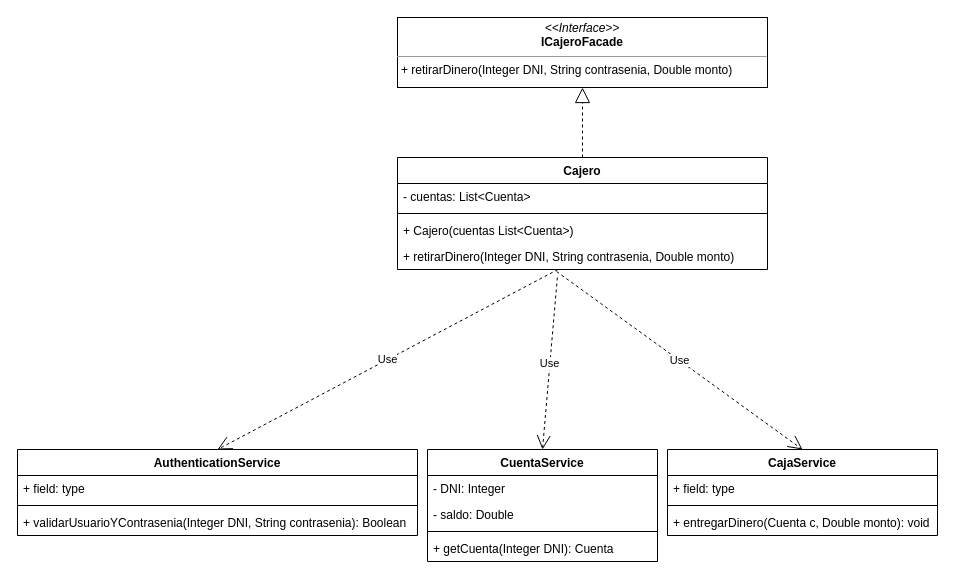
This is Clase_1/ejercicios/asincronico/UML.drawio from dedosmedia/BackEnd_I, a draw.io file, before an edit. Source tidied: cells renumbered, new cells numbered last; positions are measured from the earlier drawing's top-left corner, leaving out a move shared by most shapes. Both pictures are drawn from the tidied source at 100%, with x=0, y=0 at pixel (17, 17).
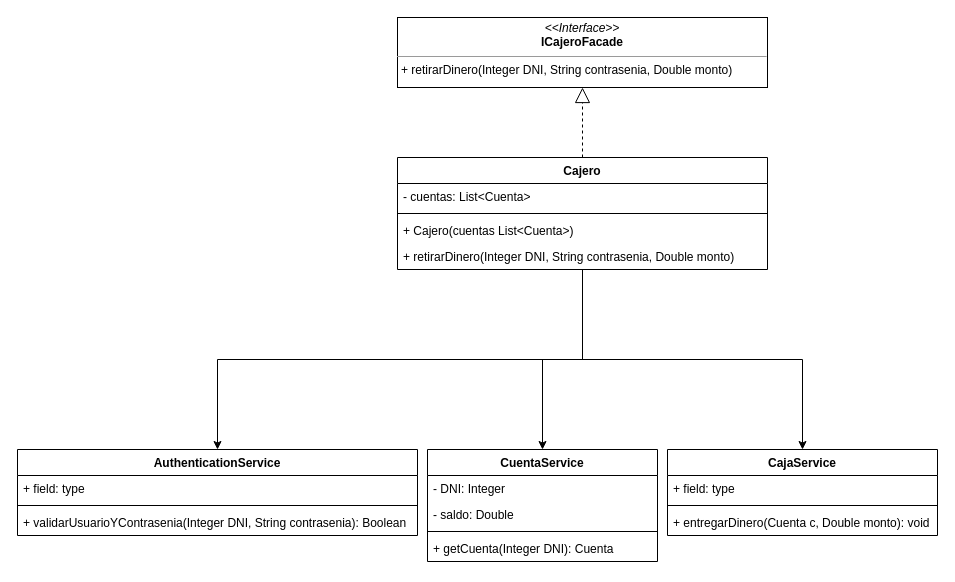
After the change.

Unchanged cells that the change refers to:
```xml
<mxCell id="2" value="AuthenticationService" style="swimlane;fontStyle=1;align=center;verticalAlign=top;horizontal=1;startSize=26;" parent="1" vertex="1">
  <mxGeometry y="432" width="400" height="86" as="geometry" />
</mxCell>
<mxCell id="7" value="CuentaService" style="swimlane;fontStyle=1;align=center;verticalAlign=top;horizontal=1;startSize=26;" parent="1" vertex="1">
  <mxGeometry x="410" y="432" width="230" height="112" as="geometry" />
</mxCell>
<mxCell id="12" value="CajaService" style="swimlane;fontStyle=1;align=center;verticalAlign=top;horizontal=1;startSize=26;" parent="1" vertex="1">
  <mxGeometry x="650" y="432" width="270" height="86" as="geometry" />
</mxCell>
<mxCell id="17" value="Cajero" style="swimlane;fontStyle=1;align=center;verticalAlign=top;horizontal=1;startSize=26;" parent="1" vertex="1">
  <mxGeometry x="380" y="140" width="370" height="112" as="geometry" />
</mxCell>
<mxCell id="21" value="+ retirarDinero(Integer DNI, String contrasenia, Double monto)" style="text;strokeColor=none;fillColor=none;align=left;verticalAlign=top;spacingLeft=4;spacingRight=4;overflow=hidden;points=[[0,0.5],[1,0.5]];portConstraint=eastwest;" parent="17" vertex="1">
  <mxGeometry y="86" width="370" height="26" as="geometry" />
</mxCell>
```

Diff of the diagram source:
```diff
@@
+    <mxCell id="25" style="edgeStyle=orthogonalEdgeStyle;rounded=0;jettySize=auto;html=1;entryX=0.5;entryY=0;entryDx=0;entryDy=0;" parent="1" edge="1" source="17" target="2">
+      <mxGeometry relative="1" as="geometry" />
+    </mxCell>
+    <mxCell id="26" style="edgeStyle=orthogonalEdgeStyle;rounded=0;jettySize=auto;html=1;" parent="1" edge="1" source="17" target="7">
+      <mxGeometry relative="1" as="geometry" />
+    </mxCell>
+    <mxCell id="27" style="edgeStyle=orthogonalEdgeStyle;rounded=0;jettySize=auto;html=1;" parent="1" edge="1" source="17" target="12">
+      <mxGeometry relative="1" as="geometry" />
+    </mxCell>
@@
-    <mxCell id="22" value="Use" style="endArrow=open;endSize=12;dashed=1;html=1;entryX=0.5;entryY=0;entryDx=0;entryDy=0;" parent="1" edge="1" source="21" target="2">
-      <mxGeometry relative="1" as="geometry" />
-    </mxCell>
-    <mxCell id="23" value="Use" style="endArrow=open;endSize=12;dashed=1;html=1;entryX=0.5;entryY=0;entryDx=0;entryDy=0;exitX=0.432;exitY=1.308;exitDx=0;exitDy=0;exitPerimeter=0;" parent="1" edge="1" source="21" target="7">
-      <mxGeometry relative="1" as="geometry" />
-    </mxCell>
-    <mxCell id="24" value="Use" style="endArrow=open;endSize=12;dashed=1;html=1;entryX=0.5;entryY=0;entryDx=0;entryDy=0;exitX=0.43;exitY=1.077;exitDx=0;exitDy=0;exitPerimeter=0;" parent="1" edge="1" source="21" target="12">
-      <mxGeometry relative="1" as="geometry" />
-    </mxCell>
```
